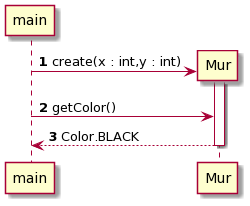
Before: documents/version3/diagrammeMur.png, a diagram exported from PlantUML (MichelGrolet/2d-game).
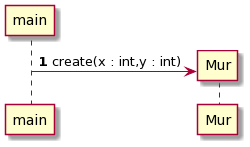
After the commit.

Commit message:
Modification des diagrammes pour tenir compte de retrait des couleurs

Change to the diagram source:
```diff
@@ -2,11 +2,4 @@
 autonumber
 
 main -> Mur**: create(x : int,y : int)
-
-activate Mur
-
-main -> Mur: getColor()
-main <-- Mur: Color.BLACK
-
-deactivate Mur
 @enduml
```
